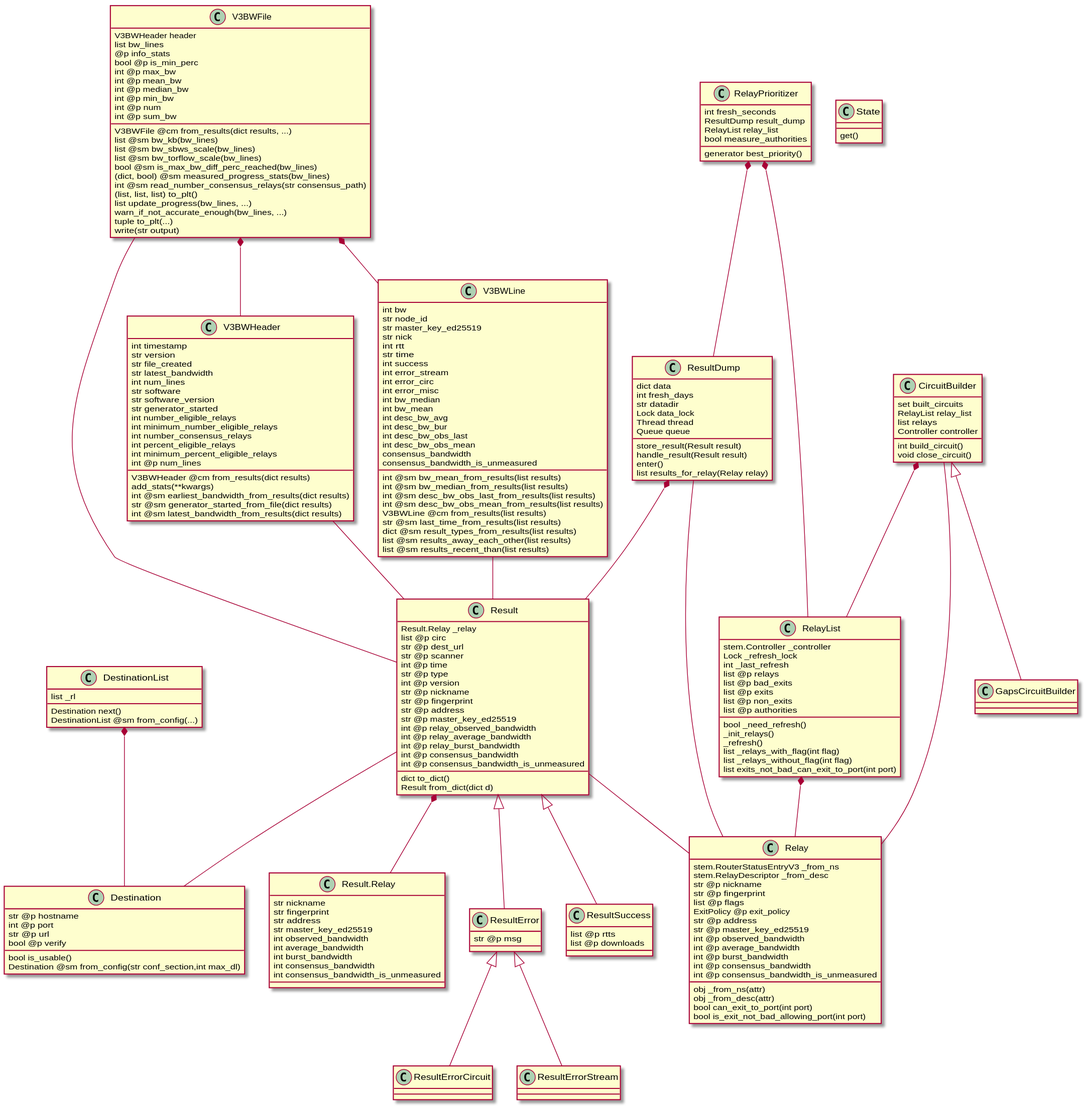
The PlantUML diagram docs/source/images/classes_original.svg in torproject/sbws, before a commit. Its source is kept beside it as docs/source/classes_original.puml.
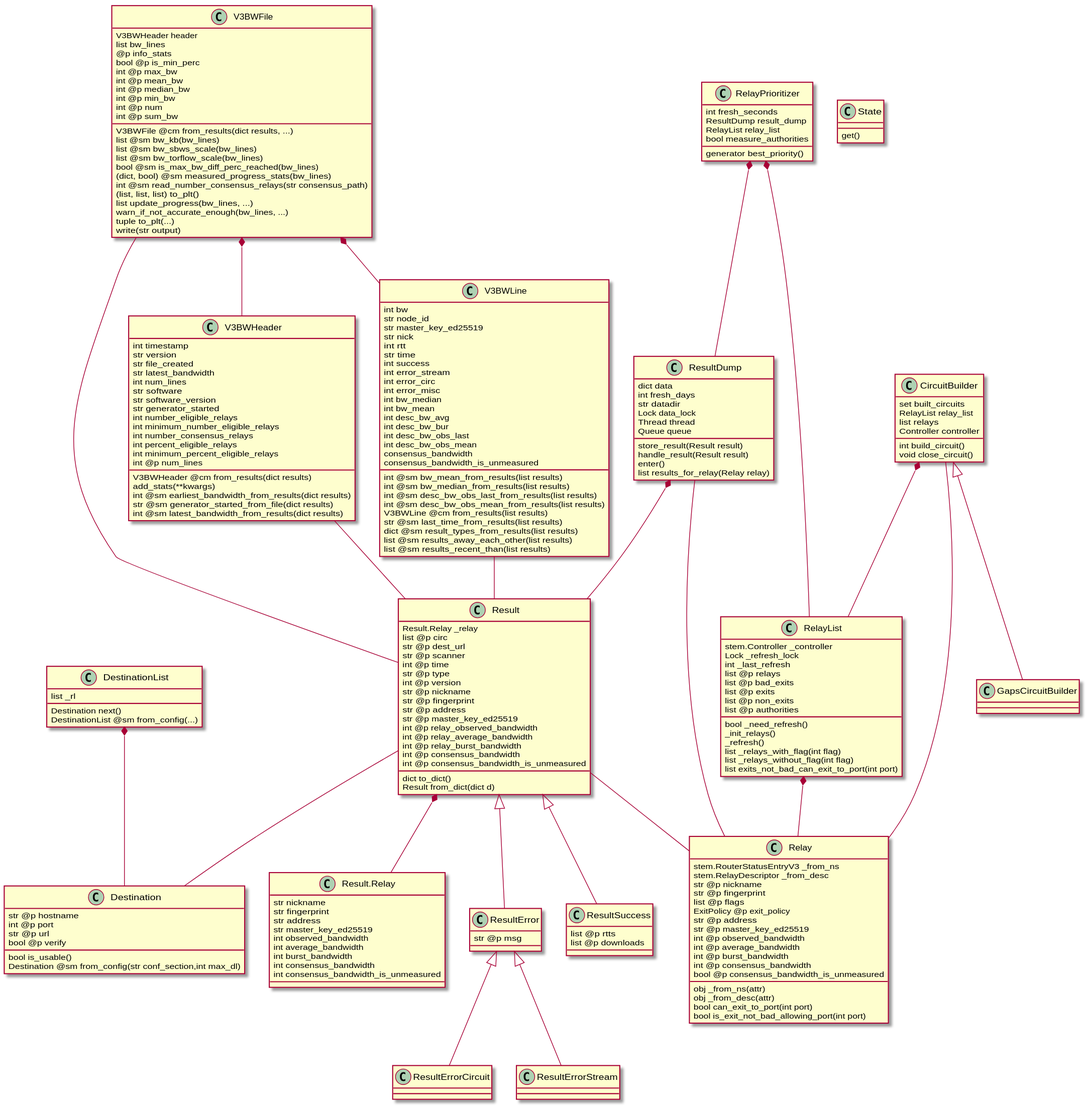
The same file after the commit.

The edit, as a diff of the source:
```diff
@@ -30,7 +30,7 @@
   int @p average_bandwidth
   int @p burst_bandwidth
   int @p consensus_bandwidth
-  int @p consensus_bandwidth_is_unmeasured
+  bool @p consensus_bandwidth_is_unmeasured
   obj _from_ns(attr)
   obj _from_desc(attr)
   bool can_exit_to_port(int port)
```
